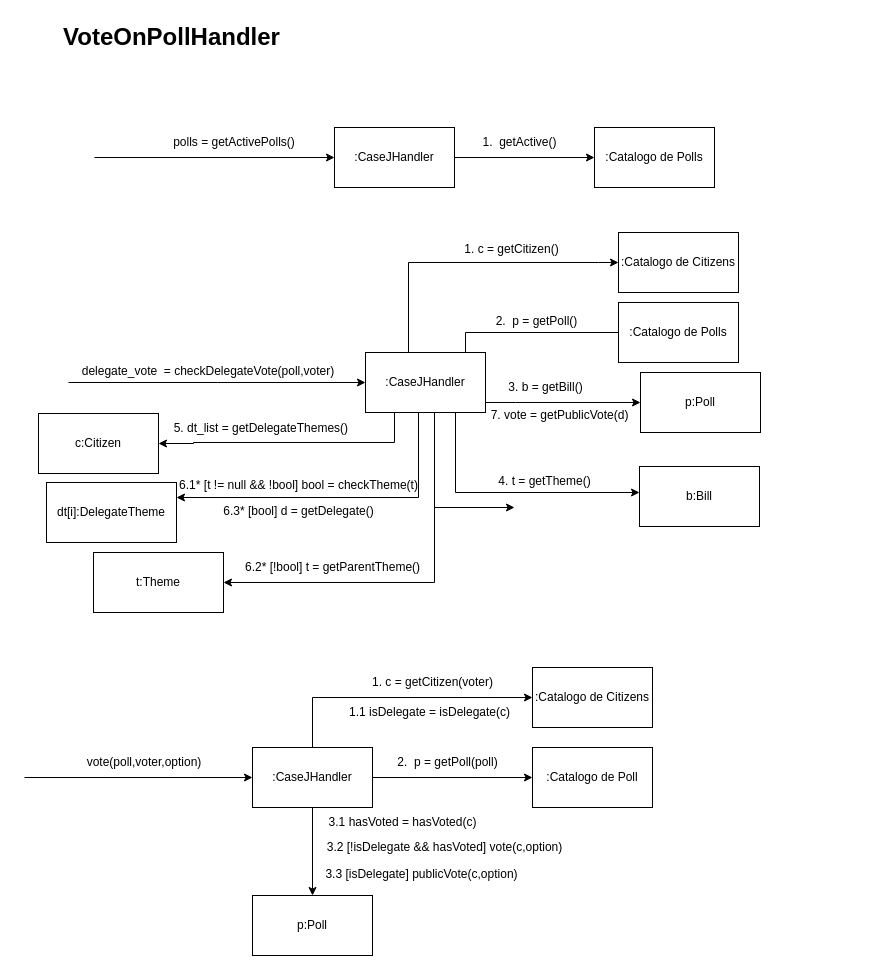
Above: page "Page-7" (7 of 8) of docs/IDs.drawio in thiagottvd/democracia2 (draw.io), before the change. Source tidied: cells renumbered, new cells numbered last; positions are measured from the earlier drawing's top-left corner, leaving out a move shared by most shapes. Both pictures are drawn from the tidied source at 100%, with x=0, y=0 at pixel (24, 17).
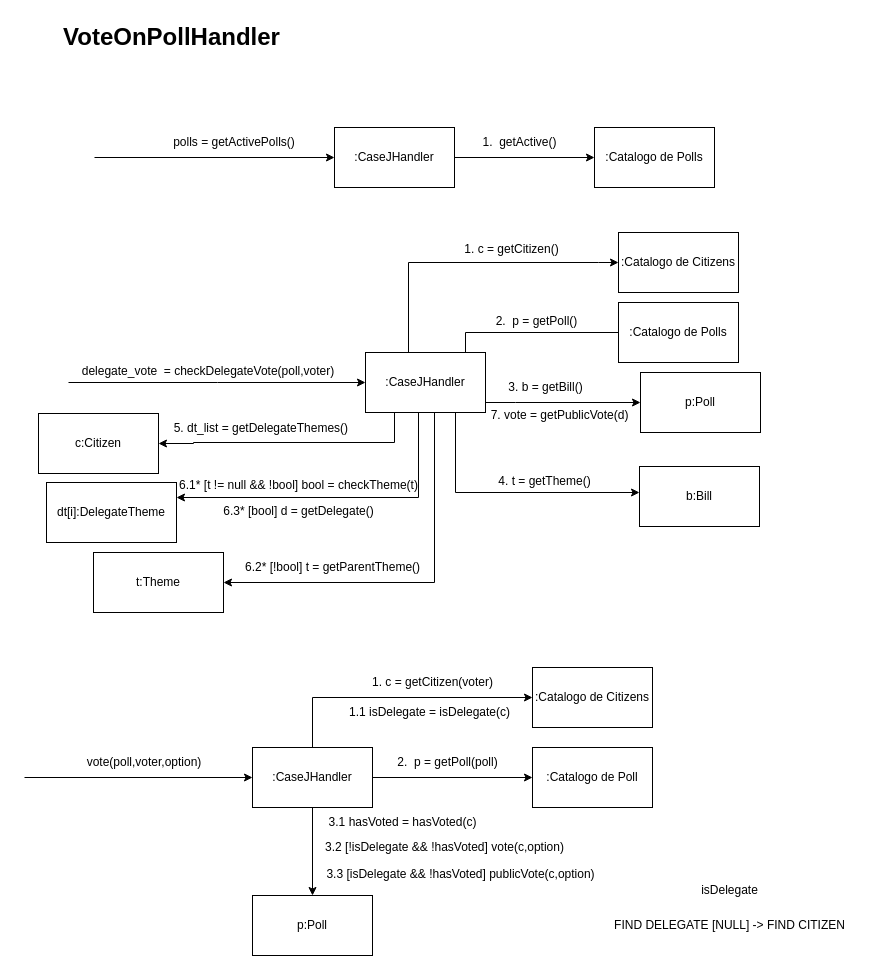
After the change.

What changed in the source:
```diff
@@
-    <mxCell id="29" value="3.2 [!isDelegate &amp;amp;&amp;amp; hasVoted] vote(c,option)" style="text;html=1;align=center;verticalAlign=middle;strokeColor=none;fillColor=none;" parent="1" vertex="1">
+    <mxCell id="29" value="3.2 [!isDelegate &amp;amp;&amp;amp; !hasVoted] vote(c,option)" style="text;html=1;align=center;verticalAlign=middle;strokeColor=none;fillColor=none;" parent="1" vertex="1">
       <mxGeometry x="290" y="815" width="260" height="30" as="geometry" />
     </mxCell>
@@
-    <mxCell id="47" value="3.3 [isDelegate] publicVote(c,option)" style="text;html=1;align=center;verticalAlign=middle;strokeColor=none;fillColor=none;" parent="1" vertex="1">
-      <mxGeometry x="287" y="842" width="220" height="30" as="geometry" />
+    <mxCell id="47" value="3.3 [isDelegate &amp;amp;&amp;amp; !hasVoted] publicVote(c,option)" style="text;html=1;align=center;verticalAlign=middle;strokeColor=none;fillColor=none;" parent="1" vertex="1">
+      <mxGeometry x="291" y="842" width="290" height="30" as="geometry" />
     </mxCell>
@@
-    <mxCell id="50" style="edgeStyle=none;orthogonalLoop=1;jettySize=auto;html=1;rounded=0;" parent="1" edge="1">
-      <mxGeometry relative="1" as="geometry">
-        <mxPoint x="410" y="490" as="sourcePoint" />
-        <mxPoint x="490" y="490" as="targetPoint" />
-      </mxGeometry>
-    </mxCell>
+    <mxCell id="51" value="FIND DELEGATE [NULL] -&amp;gt; FIND CITIZEN" style="text;html=1;align=center;verticalAlign=middle;strokeColor=none;fillColor=none;" parent="1" vertex="1">
+      <mxGeometry x="580" y="893" width="250" height="30" as="geometry" />
+    </mxCell>
+    <mxCell id="52" value="isDelegate" style="text;html=1;align=center;verticalAlign=middle;strokeColor=none;fillColor=none;" parent="1" vertex="1">
+      <mxGeometry x="665" y="858" width="80" height="30" as="geometry" />
+    </mxCell>
```
